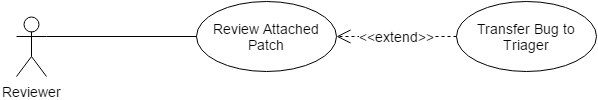
The draw.io diagram 02_Diagram/01_a_Use case/Version 4 (Revised)/Reviewer (Revised).png in JingwangTeh/CSCI222-Systems-Development-Group-Project, before a commit. Source tidied: cells renumbered, new cells last; positions are measured from the earlier drawing's top-left corner, leaving out a move shared by most shapes. The source it was exported from:
```xml
<mxGraphModel background="#ffffff">
  <root>
    <mxCell id="0" />
    <mxCell id="1" parent="0" />
    <mxCell id="2" value="Reviewer" style="shape=umlActor;verticalLabelPosition=bottom;labelBackgroundColor=#ffffff;verticalAlign=top;html=1;strokeColor=#000000;fontSize=14;" parent="1" vertex="1">
      <mxGeometry y="15" width="30" height="60" as="geometry" />
    </mxCell>
    <mxCell id="3" value="Review Attached Patch" style="ellipse;whiteSpace=wrap;html=1;strokeColor=#000000;fontSize=14;" parent="1" vertex="1">
      <mxGeometry x="180" width="140" height="70" as="geometry" />
    </mxCell>
    <mxCell id="4" style="endArrow=none;html=1;strokeColor=#000000;strokeWidth=1;fontSize=14;entryX=0;entryY=0.5;exitX=1;exitY=0.3333333333333333;exitPerimeter=0;" parent="1" edge="1" source="2" target="3">
      <mxGeometry x="381" y="1095" as="geometry" />
    </mxCell>
    <mxCell id="5" style="html=1;align=left;verticalAlign=bottom;labelBackgroundColor=#ffffff;fontSize=10;" parent="4" vertex="1">
      <mxGeometry x="-1" relative="1" as="geometry" />
    </mxCell>
    <mxCell id="6" style="html=1;align=right;verticalAlign=bottom;labelBackgroundColor=#ffffff;fontSize=10;" parent="4" vertex="1">
      <mxGeometry x="1" relative="1" as="geometry" />
    </mxCell>
    <mxCell id="7" value="Transfer Bug to Triager" style="ellipse;whiteSpace=wrap;html=1;strokeColor=#000000;fontSize=14;" parent="1" vertex="1">
      <mxGeometry x="440" width="140" height="70" as="geometry" />
    </mxCell>
    <mxCell id="8" value="&amp;lt;&amp;lt;extend&amp;gt;&amp;gt;" style="endArrow=open;endSize=12;dashed=1;html=1;strokeColor=#000000;strokeWidth=1;fontSize=14;entryX=1;entryY=0.5;exitX=0;exitY=0.5;" parent="1" edge="1" source="7" target="3">
      <mxGeometry x="552" y="1225" as="geometry" />
    </mxCell>
  </root>
</mxGraphModel>
```
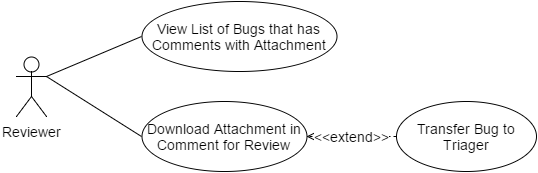
Above is the later version.

Diff of the diagram source:
```diff
@@ -5,8 +5,8 @@
     <mxCell id="2" value="Reviewer" style="shape=umlActor;verticalLabelPosition=bottom;labelBackgroundColor=#ffffff;verticalAlign=top;html=1;strokeColor=#000000;fontSize=14;" parent="1" vertex="1">
       <mxGeometry y="15" width="30" height="60" as="geometry" />
     </mxCell>
-    <mxCell id="3" value="Review Attached Patch" style="ellipse;whiteSpace=wrap;html=1;strokeColor=#000000;fontSize=14;" parent="1" vertex="1">
-      <mxGeometry x="180" width="140" height="70" as="geometry" />
+    <mxCell id="3" value="Download Attachment in Comment for Review" style="ellipse;whiteSpace=wrap;html=1;strokeColor=#000000;fontSize=14;" parent="1" vertex="1">
+      <mxGeometry x="125" y="60" width="165" height="70" as="geometry" />
     </mxCell>
     <mxCell id="4" style="endArrow=none;html=1;strokeColor=#000000;strokeWidth=1;fontSize=14;entryX=0;entryY=0.5;exitX=1;exitY=0.3333333333333333;exitPerimeter=0;" parent="1" edge="1" source="2" target="3">
       <mxGeometry x="381" y="1095" as="geometry" />
@@ -18,10 +18,22 @@
       <mxGeometry x="1" relative="1" as="geometry" />
     </mxCell>
     <mxCell id="7" value="Transfer Bug to Triager" style="ellipse;whiteSpace=wrap;html=1;strokeColor=#000000;fontSize=14;" parent="1" vertex="1">
-      <mxGeometry x="440" width="140" height="70" as="geometry" />
+      <mxGeometry x="380" y="60" width="140" height="70" as="geometry" />
     </mxCell>
     <mxCell id="8" value="&amp;lt;&amp;lt;extend&amp;gt;&amp;gt;" style="endArrow=open;endSize=12;dashed=1;html=1;strokeColor=#000000;strokeWidth=1;fontSize=14;entryX=1;entryY=0.5;exitX=0;exitY=0.5;" parent="1" edge="1" source="7" target="3">
       <mxGeometry x="552" y="1225" as="geometry" />
     </mxCell>
+    <mxCell id="9" value="View List of Bugs that has Comments with Attachment" style="ellipse;whiteSpace=wrap;html=1;strokeColor=#000000;fontSize=14;" parent="1" vertex="1">
+      <mxGeometry x="125" y="-40" width="195" height="70" as="geometry" />
+    </mxCell>
+    <mxCell id="10" style="endArrow=none;html=1;strokeColor=#000000;strokeWidth=1;fontSize=14;entryX=0;entryY=0.5;exitX=1;exitY=0.3333333333333333;exitPerimeter=0;" parent="1" edge="1" source="2" target="9">
+      <mxGeometry x="386" y="975" as="geometry" />
+    </mxCell>
+    <mxCell id="11" style="html=1;align=left;verticalAlign=bottom;labelBackgroundColor=#ffffff;fontSize=10;" parent="10" vertex="1">
+      <mxGeometry x="-1" relative="1" as="geometry" />
+    </mxCell>
+    <mxCell id="12" style="html=1;align=right;verticalAlign=bottom;labelBackgroundColor=#ffffff;fontSize=10;" parent="10" vertex="1">
+      <mxGeometry x="1" relative="1" as="geometry" />
+    </mxCell>
   </root>
 </mxGraphModel>
```
